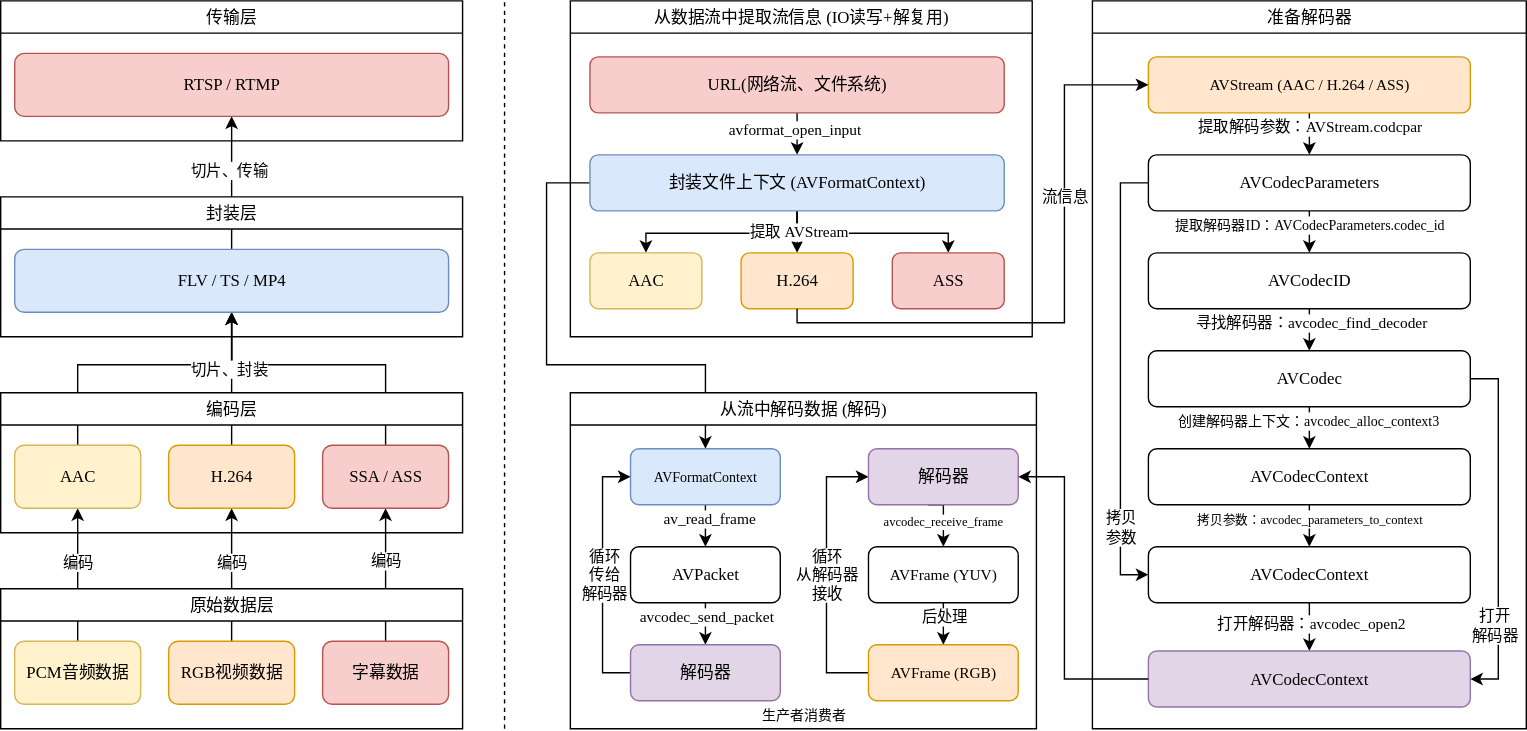
The draw.io diagram 音视频开发/Resources/FFmpeg解码工作流.drawio.svg in h13-0/Notebooks, before a commit. Source tidied: cells renumbered, new cells last; positions are measured from the earlier drawing's top-left corner, leaving out a move shared by most shapes.
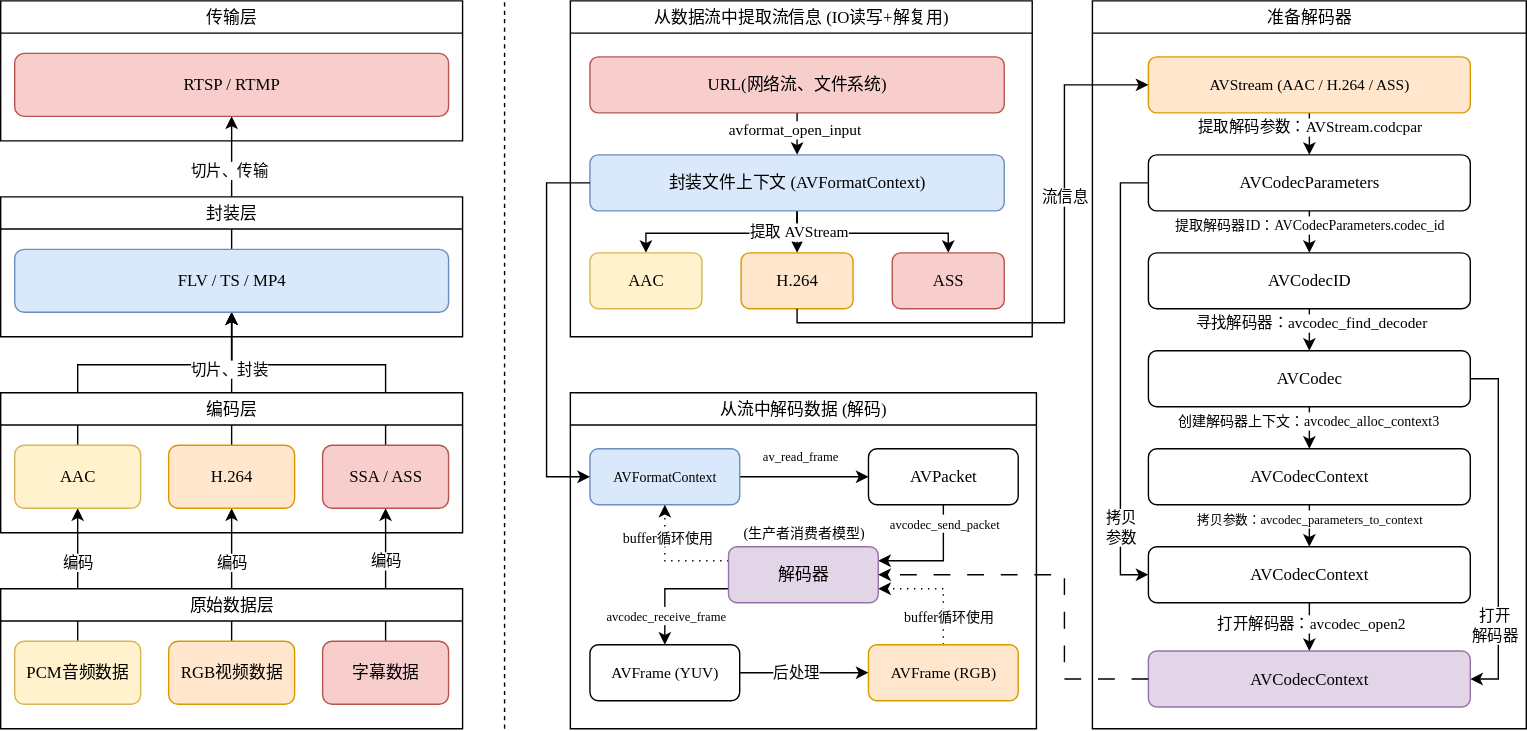
The same diagram one commit later.

Commit message:
vault backup: 2025-12-18 20:27:36

Diff of the diagram source:
```diff
@@ -2,15 +2,6 @@
   <root>
     <mxCell id="0" />
     <mxCell id="1" parent="0" />
-    <mxCell id="2" style="edgeStyle=orthogonalEdgeStyle;rounded=0;jettySize=auto;html=1;exitX=0;exitY=0.5;exitDx=0;exitDy=0;entryX=0.5;entryY=0;entryDx=0;entryDy=0;" parent="1" edge="1" source="36" target="67">
-      <mxGeometry relative="1" as="geometry">
-        <Array as="points">
-          <mxPoint x="390" y="130" />
-          <mxPoint x="390" y="260" />
-          <mxPoint x="503" y="260" />
-        </Array>
-      </mxGeometry>
-    </mxCell>
     <mxCell id="3" style="edgeStyle=orthogonalEdgeStyle;rounded=0;jettySize=auto;html=1;exitX=0.5;exitY=0;exitDx=0;exitDy=0;entryX=0.5;entryY=1;entryDx=0;entryDy=0;fontFamily=思源等宽;" parent="1" edge="1" source="18" target="16">
       <mxGeometry relative="1" as="geometry" />
     </mxCell>
@@ -237,100 +228,104 @@
     <mxCell id="63" value="AVCodecContext" style="rounded=1;whiteSpace=wrap;html=1;fillColor=#FFFFFF;fontFamily=思源等宽;" parent="40" vertex="1">
       <mxGeometry x="40" y="320" width="230" height="40" as="geometry" />
     </mxCell>
+    <mxCell id="84" style="edgeStyle=orthogonalEdgeStyle;rounded=0;jettySize=auto;html=1;exitX=0.5;exitY=1;exitDx=0;exitDy=0;entryX=0;entryY=0.5;entryDx=0;entryDy=0;fontFamily=思源等宽;" parent="1" edge="1" source="38" target="55">
+      <mxGeometry relative="1" as="geometry">
+        <Array as="points">
+          <mxPoint x="569" y="230" />
+          <mxPoint x="760" y="230" />
+          <mxPoint x="760" y="60" />
+        </Array>
+      </mxGeometry>
+    </mxCell>
+    <mxCell id="85" value="流信息" style="edgeLabel;html=1;align=center;verticalAlign=middle;fontFamily=思源等宽;" parent="84" vertex="1">
+      <mxGeometry x="0.39" y="2" relative="1" as="geometry">
+        <mxPoint x="2" y="9" as="offset" />
+      </mxGeometry>
+    </mxCell>
     <mxCell id="64" value="&lt;span style=&quot;font-weight: normal;&quot;&gt;从流中解码数据 (解码)&lt;/span&gt;" style="swimlane;whiteSpace=wrap;html=1;fillColor=#FFFFFF;fontFamily=思源等宽;" parent="1" vertex="1">
       <mxGeometry x="407" y="280" width="333" height="240" as="geometry" />
     </mxCell>
-    <mxCell id="65" style="edgeStyle=orthogonalEdgeStyle;rounded=0;jettySize=auto;html=1;exitX=0.5;exitY=1;exitDx=0;exitDy=0;entryX=0.5;entryY=0;entryDx=0;entryDy=0;fontFamily=思源等宽;" parent="64" edge="1" source="67" target="70">
+    <mxCell id="65" style="edgeStyle=orthogonalEdgeStyle;rounded=0;jettySize=auto;html=1;exitX=1;exitY=0.5;exitDx=0;exitDy=0;entryX=0;entryY=0.5;entryDx=0;entryDy=0;fontFamily=思源等宽;" parent="64" edge="1" source="67" target="70">
       <mxGeometry relative="1" as="geometry" />
     </mxCell>
-    <mxCell id="66" value="av_read_frame" style="edgeLabel;html=1;align=center;verticalAlign=middle;fontFamily=思源等宽;" parent="65" vertex="1">
-      <mxGeometry x="-0.35" y="2" relative="1" as="geometry" />
+    <mxCell id="66" value="&lt;span style=&quot;&quot;&gt;&lt;font style=&quot;font-size: 9px;&quot;&gt;av_read_frame&lt;/font&gt;&lt;/span&gt;" style="edgeLabel;html=1;align=center;verticalAlign=middle;fontFamily=思源等宽;" parent="65" vertex="1">
+      <mxGeometry x="-0.3" y="-2" relative="1" as="geometry">
+        <mxPoint x="11" y="-17" as="offset" />
+      </mxGeometry>
     </mxCell>
     <mxCell id="67" value="&lt;font style=&quot;font-size: 10px;&quot;&gt;AVFormatContext&lt;/font&gt;" style="rounded=1;whiteSpace=wrap;html=1;fillColor=#dae8fc;strokeColor=#6c8ebf;fontFamily=思源等宽;" parent="64" vertex="1">
-      <mxGeometry x="43" y="40" width="107" height="40" as="geometry" />
+      <mxGeometry x="14" y="40" width="107" height="40" as="geometry" />
     </mxCell>
-    <mxCell id="68" style="edgeStyle=orthogonalEdgeStyle;rounded=0;jettySize=auto;html=1;exitX=0.5;exitY=1;exitDx=0;exitDy=0;entryX=0.5;entryY=0;entryDx=0;entryDy=0;fontFamily=思源等宽;" parent="64" edge="1" source="70" target="73">
-      <mxGeometry relative="1" as="geometry" />
-    </mxCell>
+    <mxCell id="87" style="edgeStyle=orthogonalEdgeStyle;rounded=0;jettySize=auto;html=1;exitX=0.5;exitY=1;exitDx=0;exitDy=0;entryX=1;entryY=0.25;entryDx=0;entryDy=0;fontFamily=思源等宽;" parent="64" edge="1" source="70" target="93">
+      <mxGeometry relative="1" as="geometry" />
+    </mxCell>
-    <mxCell id="69" value="avcodec_send_packet" style="edgeLabel;html=1;align=center;verticalAlign=middle;fontFamily=思源等宽;" parent="68" vertex="1">
-      <mxGeometry x="-0.48" y="4" relative="1" as="geometry">
-        <mxPoint x="-4" y="2" as="offset" />
+    <mxCell id="69" value="&lt;span style=&quot;&quot;&gt;&lt;font style=&quot;font-size: 9px;&quot;&gt;avcodec_send_packet&lt;/font&gt;&lt;/span&gt;" style="edgeLabel;html=1;align=center;verticalAlign=middle;fontFamily=思源等宽;" parent="87" vertex="1">
+      <mxGeometry x="-0.53" y="3" relative="1" as="geometry">
+        <mxPoint x="-3" y="-8" as="offset" />
       </mxGeometry>
     </mxCell>
     <mxCell id="70" value="AVPacket" style="rounded=1;whiteSpace=wrap;html=1;fillColor=#FFFFFF;fontFamily=思源等宽;" parent="64" vertex="1">
-      <mxGeometry x="43" y="110" width="107" height="40" as="geometry" />
+      <mxGeometry x="213" y="40" width="107" height="40" as="geometry" />
     </mxCell>
-    <mxCell id="71" style="edgeStyle=orthogonalEdgeStyle;rounded=0;jettySize=auto;html=1;exitX=0;exitY=0.5;exitDx=0;exitDy=0;entryX=0;entryY=0.5;entryDx=0;entryDy=0;fontFamily=思源等宽;" parent="64" edge="1" source="73" target="67">
-      <mxGeometry relative="1" as="geometry" />
-    </mxCell>
-    <mxCell id="72" value="循环&lt;div&gt;传给&lt;/div&gt;&lt;div&gt;解码器&lt;/div&gt;" style="edgeLabel;html=1;align=center;verticalAlign=middle;fontFamily=思源等宽;" parent="71" vertex="1">
-      <mxGeometry y="-1" relative="1" as="geometry" />
-    </mxCell>
-    <mxCell id="73" value="解码器" style="rounded=1;whiteSpace=wrap;html=1;fillColor=#e1d5e7;strokeColor=#9673a6;fontFamily=思源等宽;" parent="64" vertex="1">
-      <mxGeometry x="43" y="180" width="107" height="40" as="geometry" />
-    </mxCell>
-    <mxCell id="74" style="edgeStyle=orthogonalEdgeStyle;rounded=0;jettySize=auto;html=1;exitX=0.5;exitY=1;exitDx=0;exitDy=0;entryX=0.5;entryY=0;entryDx=0;entryDy=0;fontFamily=思源等宽;" parent="64" edge="1" target="78">
-      <mxGeometry relative="1" as="geometry">
-        <mxPoint x="255.5" y="80" as="sourcePoint" />
-      </mxGeometry>
-    </mxCell>
-    <mxCell id="75" value="avcodec_receive_frame" style="edgeLabel;html=1;align=center;verticalAlign=middle;fontFamily=思源等宽;fontSize=9;" parent="74" vertex="1">
-      <mxGeometry x="0.11" y="-1" relative="1" as="geometry" />
-    </mxCell>
+    <mxCell id="88" style="edgeStyle=orthogonalEdgeStyle;rounded=0;jettySize=auto;html=1;exitX=0.5;exitY=0;exitDx=0;exitDy=0;entryX=1;entryY=0.75;entryDx=0;entryDy=0;dashed=1;dashPattern=1 4;fontFamily=思源等宽;" parent="64" edge="1" source="81" target="93">
+      <mxGeometry relative="1" as="geometry">
+        <Array as="points">
+          <mxPoint x="267" y="140" />
+        </Array>
+      </mxGeometry>
+    </mxCell>
+    <mxCell id="89" value="&lt;font style=&quot;font-size: 10px;&quot;&gt;buffer循环使用&lt;/font&gt;" style="edgeLabel;html=1;align=center;verticalAlign=middle;fontFamily=思源等宽;" parent="88" vertex="1">
+      <mxGeometry x="-0.48" y="-3" relative="1" as="geometry">
+        <mxPoint y="2" as="offset" />
+      </mxGeometry>
+    </mxCell>
+    <mxCell id="81" value="&lt;font style=&quot;font-size: 11px;&quot;&gt;AVFrame (RGB)&lt;/font&gt;" style="rounded=1;whiteSpace=wrap;html=1;fillColor=#ffe6cc;strokeColor=#d79b00;fontFamily=思源等宽;" parent="64" vertex="1">
+      <mxGeometry x="213" y="180" width="107" height="40" as="geometry" />
+    </mxCell>
-    <mxCell id="76" style="edgeStyle=orthogonalEdgeStyle;rounded=0;jettySize=auto;html=1;exitX=0.5;exitY=1;exitDx=0;exitDy=0;entryX=0.5;entryY=0;entryDx=0;entryDy=0;fontFamily=思源等宽;" parent="64" edge="1" source="78" target="81">
+    <mxCell id="76" style="edgeStyle=orthogonalEdgeStyle;rounded=0;jettySize=auto;html=1;exitX=1;exitY=0.5;exitDx=0;exitDy=0;entryX=0;entryY=0.5;entryDx=0;entryDy=0;fontFamily=思源等宽;" parent="64" edge="1" source="78" target="81">
       <mxGeometry relative="1" as="geometry" />
     </mxCell>
     <mxCell id="77" value="后处理" style="edgeLabel;html=1;align=center;verticalAlign=middle;fontFamily=思源等宽;" parent="76" vertex="1">
-      <mxGeometry x="-0.4" relative="1" as="geometry">
-        <mxPoint y="1" as="offset" />
-      </mxGeometry>
+      <mxGeometry x="-0.13" relative="1" as="geometry" />
     </mxCell>
     <mxCell id="78" value="&lt;font style=&quot;font-size: 11px;&quot;&gt;AVFrame (YUV)&lt;/font&gt;" style="rounded=1;whiteSpace=wrap;html=1;fillColor=#FFFFFF;fontFamily=思源等宽;" parent="64" vertex="1">
-      <mxGeometry x="213" y="110" width="107" height="40" as="geometry" />
+      <mxGeometry x="14" y="180" width="107" height="40" as="geometry" />
     </mxCell>
-    <mxCell id="79" style="edgeStyle=orthogonalEdgeStyle;rounded=0;jettySize=auto;html=1;exitX=0;exitY=0.5;exitDx=0;exitDy=0;entryX=0;entryY=0.5;entryDx=0;entryDy=0;fontFamily=思源等宽;" parent="64" edge="1" source="81" target="82">
-      <mxGeometry relative="1" as="geometry">
-        <Array as="points">
-          <mxPoint x="183" y="200" />
-          <mxPoint x="183" y="60" />
-        </Array>
-      </mxGeometry>
-    </mxCell>
-    <mxCell id="80" value="循环&lt;div&gt;从解码器&lt;/div&gt;&lt;div&gt;接收&lt;/div&gt;" style="edgeLabel;html=1;align=center;verticalAlign=middle;fontFamily=思源等宽;" parent="79" vertex="1">
-      <mxGeometry y="-3" relative="1" as="geometry">
-        <mxPoint x="-3" as="offset" />
-      </mxGeometry>
-    </mxCell>
-    <mxCell id="81" value="&lt;font style=&quot;font-size: 11px;&quot;&gt;AVFrame (RGB)&lt;/font&gt;" style="rounded=1;whiteSpace=wrap;html=1;fillColor=#ffe6cc;strokeColor=#d79b00;fontFamily=思源等宽;" parent="64" vertex="1">
-      <mxGeometry x="213" y="180" width="107" height="40" as="geometry" />
-    </mxCell>
-    <mxCell id="82" value="解码器" style="rounded=1;whiteSpace=wrap;html=1;fillColor=#e1d5e7;strokeColor=#9673a6;fontFamily=思源等宽;" parent="64" vertex="1">
-      <mxGeometry x="213" y="40" width="107" height="40" as="geometry" />
-    </mxCell>
-    <mxCell id="83" value="&lt;font face=&quot;思源等宽&quot;&gt;生产者消费者&lt;/font&gt;" style="text;html=1;align=center;verticalAlign=middle;whiteSpace=wrap;rounded=0;fontSize=10;" parent="64" vertex="1">
-      <mxGeometry x="91.5" y="220" width="150" height="20" as="geometry" />
-    </mxCell>
-    <mxCell id="84" style="edgeStyle=orthogonalEdgeStyle;rounded=0;jettySize=auto;html=1;exitX=0.5;exitY=1;exitDx=0;exitDy=0;entryX=0;entryY=0.5;entryDx=0;entryDy=0;fontFamily=思源等宽;" parent="1" edge="1" source="38" target="55">
-      <mxGeometry relative="1" as="geometry">
-        <Array as="points">
-          <mxPoint x="569" y="230" />
-          <mxPoint x="760" y="230" />
-          <mxPoint x="760" y="60" />
-        </Array>
-      </mxGeometry>
-    </mxCell>
-    <mxCell id="85" value="流信息" style="edgeLabel;html=1;align=center;verticalAlign=middle;fontFamily=思源等宽;" parent="84" vertex="1">
-      <mxGeometry x="0.39" y="2" relative="1" as="geometry">
-        <mxPoint x="2" y="9" as="offset" />
-      </mxGeometry>
-    </mxCell>
-    <mxCell id="86" style="edgeStyle=orthogonalEdgeStyle;rounded=0;jettySize=auto;html=1;exitX=0;exitY=0.5;exitDx=0;exitDy=0;entryX=1;entryY=0.5;entryDx=0;entryDy=0;fontFamily=思源等宽;" parent="1" edge="1" source="52" target="82">
-      <mxGeometry relative="1" as="geometry">
-        <Array as="points">
-          <mxPoint x="760" y="485" />
-          <mxPoint x="760" y="340" />
-        </Array>
-      </mxGeometry>
-    </mxCell>
+    <mxCell id="90" style="edgeStyle=orthogonalEdgeStyle;rounded=0;jettySize=auto;html=1;exitX=0;exitY=0.75;exitDx=0;exitDy=0;entryX=0.5;entryY=0;entryDx=0;entryDy=0;fontFamily=思源等宽;" parent="64" edge="1" source="93" target="78">
+      <mxGeometry relative="1" as="geometry" />
+    </mxCell>
+    <mxCell id="75" value="&lt;span style=&quot;font-size: 9px;&quot;&gt;avcodec_receive_frame&lt;/span&gt;" style="edgeLabel;html=1;align=center;verticalAlign=middle;fontFamily=思源等宽;" parent="90" vertex="1">
+      <mxGeometry x="0.46" y="1" relative="1" as="geometry">
+        <mxPoint x="-1" y="2" as="offset" />
+      </mxGeometry>
+    </mxCell>
+    <mxCell id="91" style="edgeStyle=orthogonalEdgeStyle;rounded=0;jettySize=auto;html=1;exitX=0;exitY=0.25;exitDx=0;exitDy=0;entryX=0.5;entryY=1;entryDx=0;entryDy=0;dashed=1;dashPattern=1 4;fontFamily=思源等宽;" parent="64" edge="1" source="93" target="67">
+      <mxGeometry relative="1" as="geometry" />
+    </mxCell>
+    <mxCell id="92" value="&lt;font style=&quot;font-size: 10px;&quot;&gt;buffer循环使用&lt;/font&gt;" style="edgeLabel;html=1;align=center;verticalAlign=middle;fontFamily=思源等宽;" parent="91" vertex="1">
+      <mxGeometry x="0.47" y="-1" relative="1" as="geometry" />
+    </mxCell>
+    <mxCell id="93" value="解码器" style="rounded=1;whiteSpace=wrap;html=1;fillColor=#e1d5e7;strokeColor=#9673a6;fontFamily=思源等宽;" parent="64" vertex="1">
+      <mxGeometry x="113" y="110" width="107" height="40" as="geometry" />
+    </mxCell>
+    <mxCell id="94" value="&lt;font&gt;(生产者消费者模型)&lt;/font&gt;" style="text;html=1;align=center;verticalAlign=middle;whiteSpace=wrap;rounded=0;fontSize=10;fontFamily=思源等宽;" parent="64" vertex="1">
+      <mxGeometry x="115.8" y="90" width="101.5" height="20" as="geometry" />
+    </mxCell>
+    <mxCell id="2" style="edgeStyle=orthogonalEdgeStyle;rounded=0;jettySize=auto;html=1;exitX=0;exitY=0.5;exitDx=0;exitDy=0;entryX=0;entryY=0.5;entryDx=0;entryDy=0;" parent="1" edge="1" source="36" target="67">
+      <mxGeometry relative="1" as="geometry">
+        <Array as="points">
+          <mxPoint x="390" y="130" />
+          <mxPoint x="390" y="340" />
+        </Array>
+      </mxGeometry>
+    </mxCell>
+    <mxCell id="95" style="edgeStyle=orthogonalEdgeStyle;rounded=0;jettySize=auto;html=1;exitX=0;exitY=0.5;exitDx=0;exitDy=0;entryX=1;entryY=0.5;entryDx=0;entryDy=0;dashed=1;dashPattern=12 12;" parent="1" edge="1" source="52" target="93">
+      <mxGeometry relative="1" as="geometry">
+        <Array as="points">
+          <mxPoint x="760" y="484" />
+          <mxPoint x="760" y="410" />
+        </Array>
+      </mxGeometry>
+    </mxCell>
   </root>
 </mxGraphModel>
```
